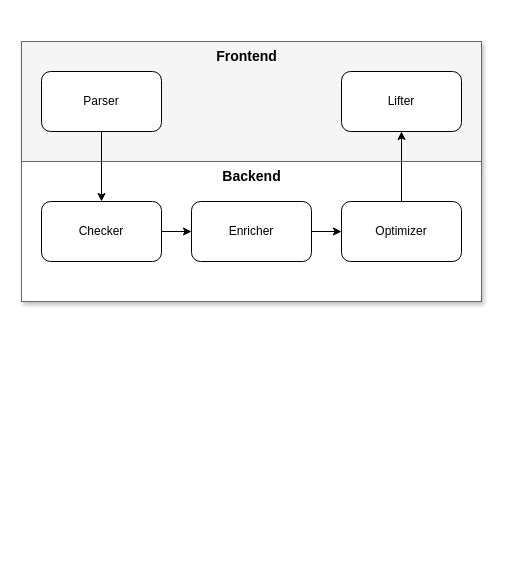
leorm2002/stream-fusion keeps this draw.io diagram as relazione/drawio/architettura_alto_livello.drawio. Above is the earlier version. Source tidied: cells renumbered, new cells numbered last; positions are measured from the earlier drawing's top-left corner, leaving out a move shared by most shapes. Both pictures are drawn from the tidied source at 100%, with x=0, y=0 at pixel (21, 41).
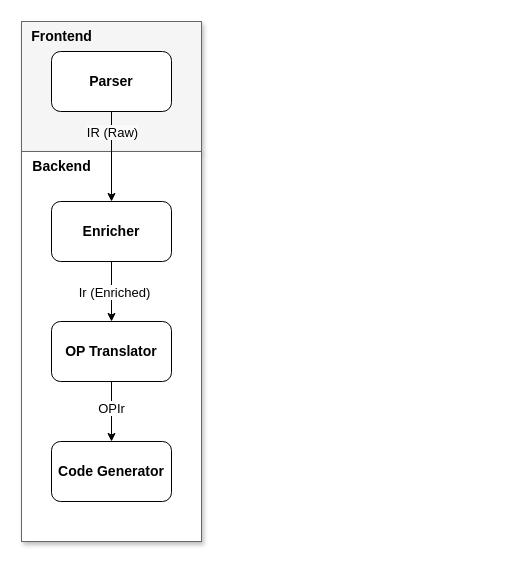
After the change.

Diff of the diagram source:
```diff
@@
 <mxGraphModel>
   <root>
     <mxCell id="0" />
     <mxCell id="1" parent="0" />
     <mxCell id="2" style="rounded=0;whiteSpace=wrap;html=1;fillColor=#f5f5f5;strokeColor=#666666;fontColor=#333333;strokeWidth=1;shadow=1;" parent="1" vertex="1">
-      <mxGeometry width="460" height="120" as="geometry" />
+      <mxGeometry y="-20" width="180" height="130" as="geometry" />
     </mxCell>
     <mxCell id="3" style="rounded=0;whiteSpace=wrap;html=1;shadow=1;strokeColor=light-dark(#666666,#EDEDED);strokeWidth=1;" parent="1" vertex="1">
-      <mxGeometry y="120" width="460" height="140" as="geometry" />
+      <mxGeometry y="110" width="180" height="390" as="geometry" />
     </mxCell>
-    <mxCell id="4" style="edgeStyle=none;html=1;" parent="1" edge="1" source="5" target="8">
+    <mxCell id="4" style="edgeStyle=none;html=1;entryX=0.5;entryY=0;entryDx=0;entryDy=0;" parent="1" edge="1" source="5" target="10">
       <mxGeometry relative="1" as="geometry" />
     </mxCell>
+    <mxCell id="15" value="&lt;span style=&quot;color: rgb(0, 0, 0); font-size: 13px; background-color: rgb(251, 251, 251);&quot;&gt;IR (Raw)&lt;/span&gt;" style="edgeLabel;html=1;align=center;verticalAlign=middle;" parent="4" vertex="1">
+      <mxGeometry x="-0.78" y="-1" relative="1" as="geometry">
+        <mxPoint x="1" y="10" as="offset" />
+      </mxGeometry>
+    </mxCell>
-    <mxCell id="5" value="Parser" style="rounded=1;whiteSpace=wrap;html=1;" parent="1" vertex="1">
-      <mxGeometry x="20" y="30" width="120" height="60" as="geometry" />
+    <mxCell id="5" value="Parser" style="rounded=1;whiteSpace=wrap;html=1;fontStyle=1;fontSize=14;" parent="1" vertex="1">
+      <mxGeometry x="30" y="10" width="120" height="60" as="geometry" />
     </mxCell>
-    <mxCell id="6" value="Lifter" style="rounded=1;whiteSpace=wrap;html=1;" parent="1" vertex="1">
-      <mxGeometry x="320" y="30" width="120" height="60" as="geometry" />
+    <mxCell id="6" value="Code Generator" style="rounded=1;whiteSpace=wrap;html=1;fontStyle=1;fontSize=14;" parent="1" vertex="1">
+      <mxGeometry x="30" y="400" width="120" height="60" as="geometry" />
     </mxCell>
-    <mxCell id="7" style="edgeStyle=none;html=1;entryX=0;entryY=0.5;entryDx=0;entryDy=0;" parent="1" edge="1" source="8" target="10">
-      <mxGeometry relative="1" as="geometry" />
-    </mxCell>
-    <mxCell id="8" value="Checker" style="rounded=1;whiteSpace=wrap;html=1;fillColor=light-dark(#FFFFFF,#3B394A);strokeColor=#000000;" parent="1" vertex="1">
-      <mxGeometry x="20" y="160" width="120" height="60" as="geometry" />
-    </mxCell>
     <mxCell id="9" style="edgeStyle=none;html=1;" parent="1" edge="1" source="10" target="12">
       <mxGeometry relative="1" as="geometry" />
     </mxCell>
+    <mxCell id="16" value="Ir (&lt;span style=&quot;color: rgb(0, 0, 0);&quot;&gt;Enriched)&lt;/span&gt;" style="edgeLabel;html=1;align=center;verticalAlign=middle;fontSize=13;" parent="9" vertex="1">
+      <mxGeometry x="0.01" y="2" relative="1" as="geometry" />
+    </mxCell>
-    <mxCell id="10" value="Enricher" style="rounded=1;whiteSpace=wrap;html=1;fillColor=#FFFFFF;" parent="1" vertex="1">
-      <mxGeometry x="170" y="160" width="120" height="60" as="geometry" />
+    <mxCell id="10" value="Enricher" style="rounded=1;whiteSpace=wrap;html=1;fillColor=#FFFFFF;fontStyle=1;fontSize=14;" parent="1" vertex="1">
+      <mxGeometry x="30" y="160" width="120" height="60" as="geometry" />
     </mxCell>
     <mxCell id="11" style="edgeStyle=none;html=1;" parent="1" edge="1" source="12" target="6">
       <mxGeometry relative="1" as="geometry" />
     </mxCell>
+    <mxCell id="17" value="OPIr" style="edgeLabel;html=1;align=center;verticalAlign=middle;fontSize=13;" parent="11" vertex="1">
+      <mxGeometry x="-0.15" y="-1" relative="1" as="geometry" />
+    </mxCell>
-    <mxCell id="12" value="Optimizer" style="rounded=1;whiteSpace=wrap;html=1;fillColor=#FFFFFF;" parent="1" vertex="1">
-      <mxGeometry x="320" y="160" width="120" height="60" as="geometry" />
+    <mxCell id="12" value="OP Translator" style="rounded=1;whiteSpace=wrap;html=1;fillColor=#FFFFFF;fontStyle=1;fontSize=14;" parent="1" vertex="1">
+      <mxGeometry x="30" y="280" width="120" height="60" as="geometry" />
     </mxCell>
     <mxCell id="13" value="Backend" style="text;html=1;align=center;verticalAlign=middle;strokeColor=none;fillColor=none;fontStyle=1;fontSize=14;" parent="1" vertex="1">
-      <mxGeometry x="190" y="120" width="80" height="30" as="geometry" />
+      <mxGeometry y="110" width="80" height="30" as="geometry" />
     </mxCell>
     <mxCell id="14" value="Frontend" style="text;html=1;align=center;verticalAlign=middle;strokeColor=none;fillColor=none;fontStyle=1;fontSize=14;" parent="1" vertex="1">
-      <mxGeometry x="185" width="80" height="30" as="geometry" />
+      <mxGeometry y="-20" width="80" height="30" as="geometry" />
     </mxCell>
   </root>
 </mxGraphModel>
```
